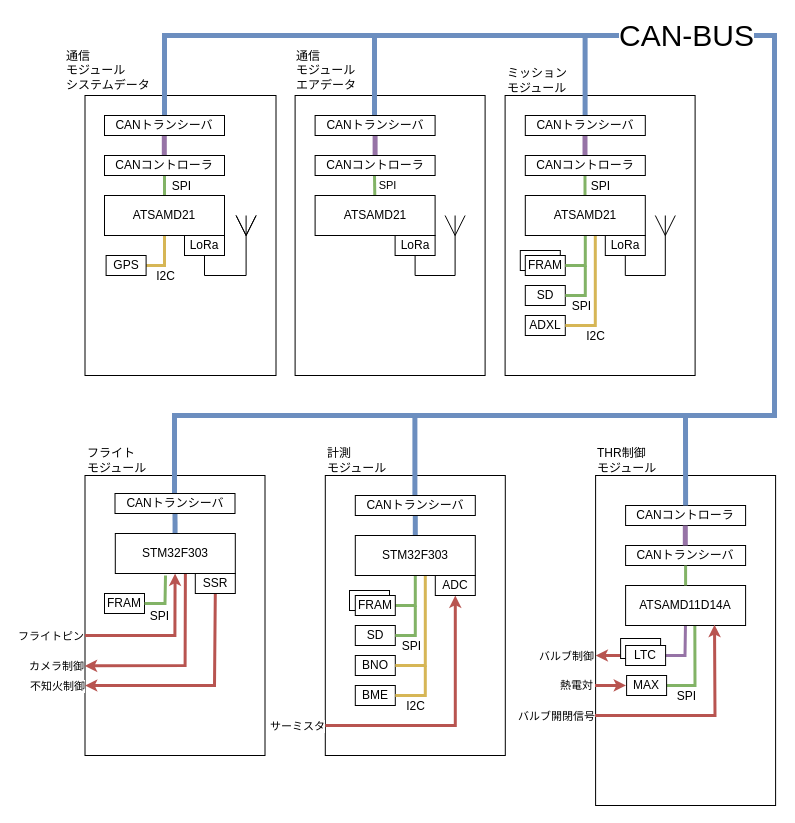
This is Documents/Materials/images/SystemDiagram.drawio from tokai-student-rocket-project/H-58-Avionics, a draw.io file, before an edit. Source tidied: cells renumbered, new cells numbered last; positions are measured from the earlier drawing's top-left corner, leaving out a move shared by most shapes. Both pictures are drawn from the tidied source at 100%, with x=0, y=0 at pixel (64, 35).
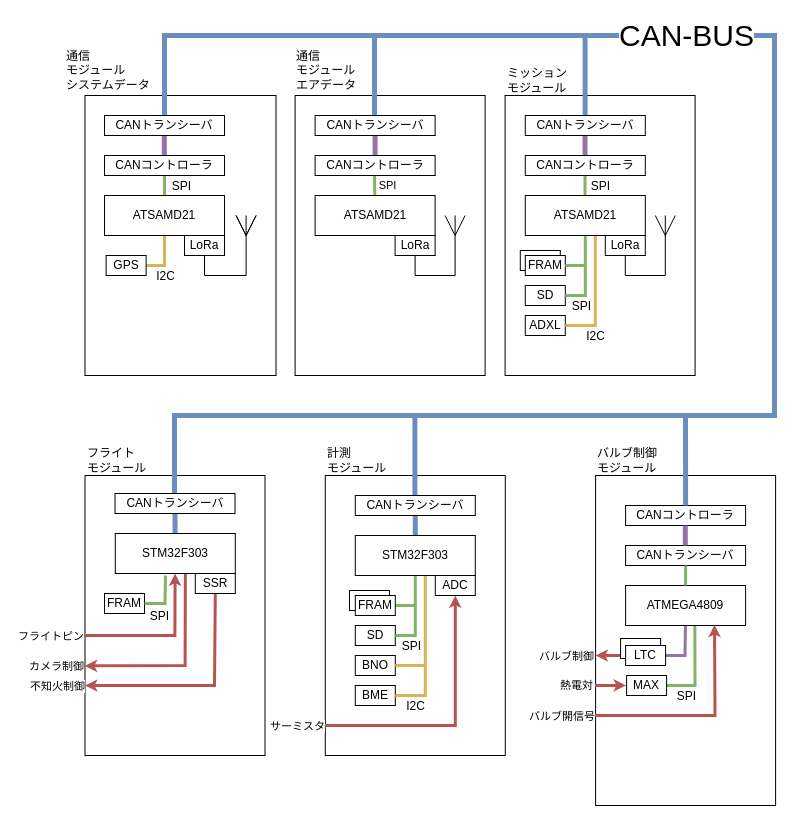
The same page after the edit.

The change refers to these unchanged cells:
```xml
<mxCell id="79" style="endArrow=classic;html=1;rounded=0;fillColor=#f8cecc;strokeColor=#b85450;entryX=0.741;entryY=0.983;entryDx=0;entryDy=0;entryPerimeter=0;strokeWidth=3;endFill=1;endSize=3;startSize=3;" parent="1" edge="1" target="61">
  <mxGeometry relative="1" as="geometry">
    <mxPoint x="530.5" y="680" as="sourcePoint" />
    <Array as="points">
      <mxPoint x="650.5" y="680" />
    </Array>
  </mxGeometry>
</mxCell>
```

Diff of the diagram source:
```diff
@@
-    <mxCell id="61" value="ATSAMD11D14A" style="rounded=0;whiteSpace=wrap;html=1;" parent="1" vertex="1">
+    <mxCell id="61" value="ATMEGA4809" style="rounded=0;whiteSpace=wrap;html=1;" parent="1" vertex="1">
       <mxGeometry x="561.1" y="550" width="120" height="40" as="geometry" />
     </mxCell>
-    <mxCell id="62" value="THR制御&lt;br&gt;モジュール" style="text;html=1;strokeColor=none;fillColor=none;align=left;verticalAlign=middle;whiteSpace=wrap;rounded=0;" parent="1" vertex="1">
+    <mxCell id="62" value="バルブ制御&lt;br&gt;モジュール" style="text;html=1;strokeColor=none;fillColor=none;align=left;verticalAlign=middle;whiteSpace=wrap;rounded=0;" parent="1" vertex="1">
       <mxGeometry x="531.1" y="420" width="100" height="10" as="geometry" />
     </mxCell>
@@
-    <mxCell id="80" value="バルブ開閉信号" style="edgeLabel;html=1;align=right;verticalAlign=middle;" parent="79" vertex="1">
+    <mxCell id="80" value="バルブ開信号" style="edgeLabel;html=1;align=right;verticalAlign=middle;" parent="79" vertex="1">
       <mxGeometry x="-0.93" relative="1" as="geometry">
         <mxPoint x="-7" as="offset" />
       </mxGeometry>
     </mxCell>
```
